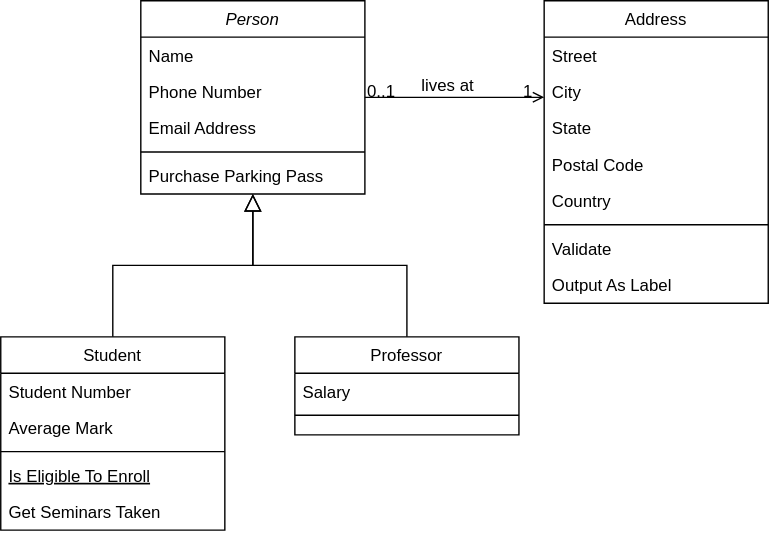
Earlier version of the draw.io export diagramas/class.drawio.svg (jcjoo/pi). Source tidied: cells renumbered, new cells last; positions are measured from the earlier drawing's top-left corner, leaving out a move shared by most shapes.
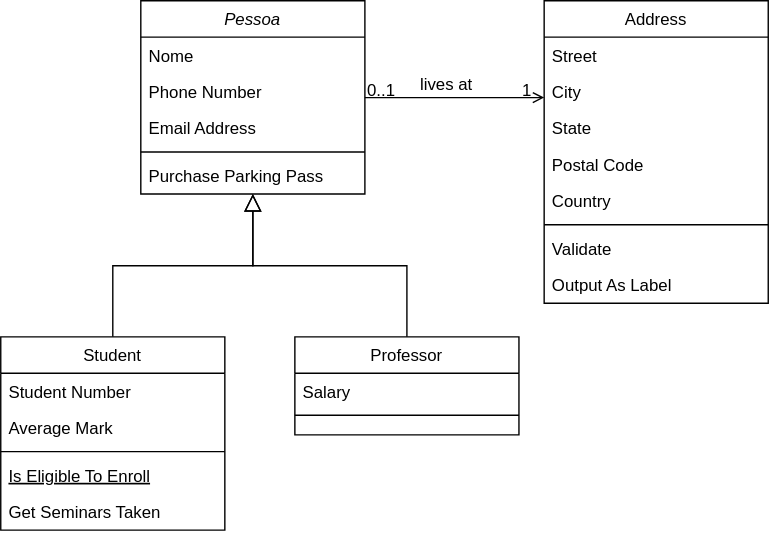
The same file after the commit.

Commit message:
Teste de salvamento do draw.io

Change to the diagram source:
```diff
@@ -2,10 +2,10 @@
   <root>
     <mxCell id="0" />
     <mxCell id="1" parent="0" />
-    <mxCell id="2" value="Person" style="swimlane;fontStyle=2;align=center;verticalAlign=top;horizontal=1;startSize=26;rounded=0;shadow=0;strokeWidth=1;" parent="1" vertex="1">
+    <mxCell id="2" value="Pessoa" style="swimlane;fontStyle=2;align=center;verticalAlign=top;horizontal=1;startSize=26;rounded=0;shadow=0;strokeWidth=1;" parent="1" vertex="1">
       <mxGeometry x="100" width="160" height="138" as="geometry" />
     </mxCell>
-    <mxCell id="3" value="Name" style="text;align=left;verticalAlign=top;spacingLeft=4;spacingRight=4;overflow=hidden;" parent="2" vertex="1">
+    <mxCell id="3" value="Nome" style="text;align=left;verticalAlign=top;spacingLeft=4;spacingRight=4;overflow=hidden;" parent="2" vertex="1">
       <mxGeometry y="26" width="160" height="26" as="geometry" />
     </mxCell>
     <mxCell id="4" value="Phone Number" style="text;align=left;verticalAlign=top;spacingLeft=4;spacingRight=4;overflow=hidden;rounded=0;shadow=0;html=0;" parent="2" vertex="1">
```
